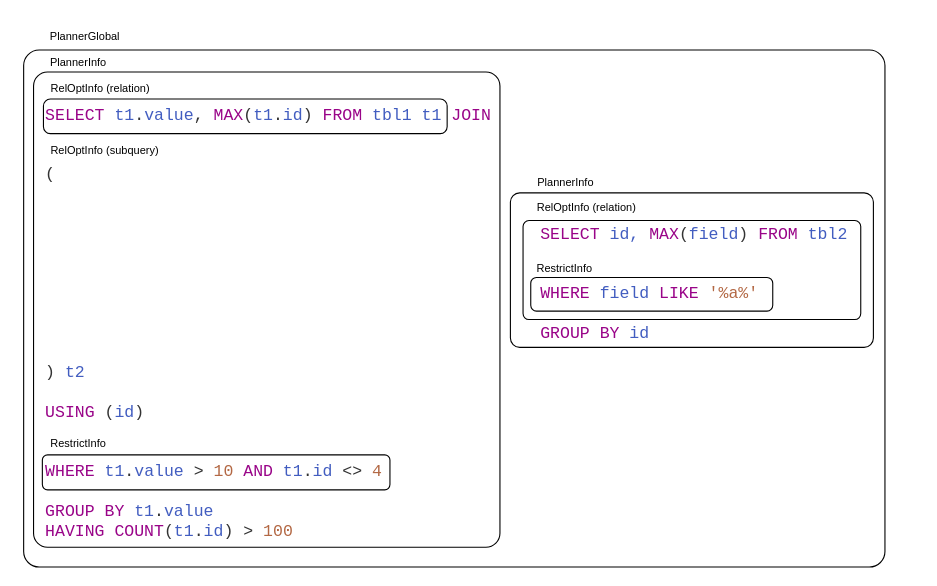
The draw.io diagram PGBootcamp2024/debugging-postgres-planner/img/planner-query-correlation.drawio in ashenBlade/tantor-pg-meetups, before the edit. Source tidied: cells renumbered, new cells numbered last; positions are measured from the earlier drawing's top-left corner, leaving out a move shared by most shapes. Both pictures are drawn from the tidied source at 110%, with x=0, y=0 at pixel (22, 19).
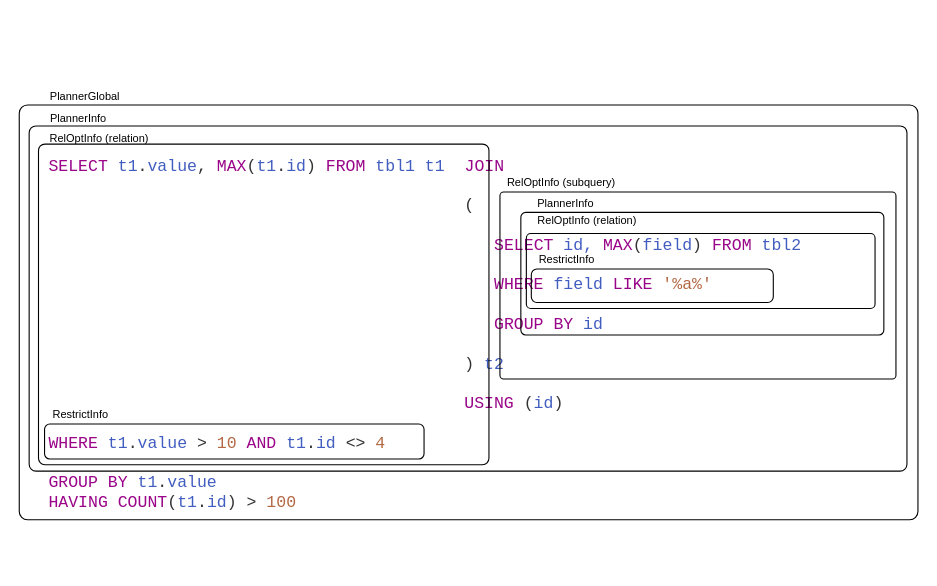
Above is the later version.

Diff of the diagram source:
```diff
@@
 <mxGraphModel>
   <root>
     <mxCell id="0" />
     <mxCell id="1" parent="0" />
+    <mxCell id="14" style="rounded=1;whiteSpace=wrap;html=1;fillColor=none;align=left;verticalAlign=top;arcSize=2;" parent="1" vertex="1">
+      <mxGeometry x="-3" y="78" width="817" height="377" as="geometry" />
+    </mxCell>
-    <mxCell id="2" value="&lt;div style=&quot;font-size: 15px;&quot;&gt;&lt;span style=&quot;background-color: initial; font-size: 15px;&quot;&gt;&lt;font color=&quot;#990488&quot;&gt;SELECT&lt;/font&gt; &lt;font color=&quot;#425dc0&quot;&gt;t1&lt;/font&gt;&lt;font color=&quot;#333333&quot;&gt;.&lt;/font&gt;&lt;font color=&quot;#425dc0&quot;&gt;value&lt;/font&gt;&lt;font color=&quot;#333333&quot;&gt;,&lt;/font&gt;&lt;font color=&quot;#990488&quot;&gt; MAX&lt;/font&gt;&lt;font color=&quot;#333333&quot;&gt;(&lt;/font&gt;&lt;font color=&quot;#425dc0&quot;&gt;t1&lt;/font&gt;&lt;font color=&quot;#333333&quot;&gt;.&lt;/font&gt;&lt;font color=&quot;#425dc0&quot;&gt;id&lt;/font&gt;&lt;font color=&quot;#333333&quot;&gt;)&lt;/font&gt;&lt;font color=&quot;#990488&quot;&gt; FROM&lt;/font&gt; &lt;font color=&quot;#425dc0&quot;&gt;tbl1 t1&lt;/font&gt;&lt;font color=&quot;#990488&quot;&gt;&amp;nbsp;&lt;/font&gt;&lt;/span&gt;&lt;span style=&quot;color: rgb(153, 4, 136); background-color: initial; font-size: 15px;&quot;&gt;JOIN&lt;/span&gt;&lt;/div&gt;&lt;font color=&quot;#333333&quot;&gt;&lt;div&gt;&lt;font color=&quot;#333333&quot;&gt;&lt;br&gt;&lt;/font&gt;&lt;/div&gt;&lt;div&gt;&lt;font color=&quot;#333333&quot;&gt;&lt;br&gt;&lt;/font&gt;&lt;/div&gt;(&lt;/font&gt;&lt;div&gt;&lt;font color=&quot;#990488&quot;&gt;&lt;br&gt;&lt;/font&gt;&lt;div&gt;&lt;font color=&quot;#990488&quot;&gt;&amp;nbsp;&lt;br&gt;&lt;/font&gt;&lt;div&gt;&amp;nbsp;&amp;nbsp;&lt;span style=&quot;color: rgb(153, 4, 136); white-space: pre;&quot;&gt;&#9;&lt;span style=&quot;white-space: pre;&quot;&gt;&#9;&lt;/span&gt;&lt;span style=&quot;white-space: pre;&quot;&gt;&#9;&lt;/span&gt;&lt;span style=&quot;white-space: pre;&quot;&gt;&#9;&lt;/span&gt;&lt;span style=&quot;white-space: pre;&quot;&gt;&#9;&lt;span style=&quot;white-space: pre;&quot;&gt;&#9;&lt;/span&gt; &lt;/span&gt; &lt;/span&gt;&lt;font color=&quot;#990488&quot;&gt;SELECT&lt;/font&gt; &lt;font color=&quot;#425dc0&quot;&gt;id, &lt;/font&gt;&lt;font color=&quot;#990488&quot;&gt;MAX&lt;/font&gt;&lt;font color=&quot;#333333&quot;&gt;(&lt;/font&gt;&lt;font color=&quot;#425dc0&quot;&gt;field&lt;/font&gt;&lt;font color=&quot;#333333&quot;&gt;)&lt;/font&gt;&amp;nbsp;&lt;font color=&quot;#990488&quot;&gt;FROM&lt;/font&gt; &lt;font color=&quot;#425dc0&quot;&gt;tbl2&lt;/font&gt;&amp;nbsp;&lt;/div&gt;&lt;div&gt;&lt;font color=&quot;#990488&quot;&gt;&lt;br&gt;&lt;/font&gt;&lt;/div&gt;&lt;div&gt;&lt;br&gt;&lt;/div&gt;&lt;div&gt;&lt;font color=&quot;#990488&quot;&gt;&lt;span style=&quot;white-space: pre;&quot;&gt;&#9;&lt;span style=&quot;white-space: pre;&quot;&gt;&#9;&lt;/span&gt;&lt;span style=&quot;white-space: pre;&quot;&gt;&#9;&lt;/span&gt;&lt;span style=&quot;white-space: pre;&quot;&gt;&#9;&lt;/span&gt;&lt;span style=&quot;white-space: pre;&quot;&gt;&#9;&lt;/span&gt;&lt;span style=&quot;white-space: pre;&quot;&gt;&#9;&lt;/span&gt; &lt;/span&gt;&amp;nbsp;WHERE&lt;/font&gt;&lt;span style=&quot;background-color: initial;&quot;&gt;&amp;nbsp;&lt;/span&gt;&lt;font style=&quot;background-color: initial;&quot; color=&quot;#425dc0&quot;&gt;field &lt;/font&gt;&lt;font style=&quot;background-color: initial;&quot; color=&quot;#990488&quot;&gt;LIKE&lt;/font&gt;&lt;font style=&quot;background-color: initial;&quot; color=&quot;#425dc0&quot;&gt; &lt;/font&gt;&lt;font style=&quot;background-color: initial;&quot; color=&quot;#b36844&quot;&gt;'%a%'&lt;/font&gt;&lt;/div&gt;&lt;div&gt;&lt;br&gt;&lt;/div&gt;&lt;div&gt;&lt;span style=&quot;color: rgb(66, 93, 192); white-space: pre;&quot;&gt;&#9;&lt;span style=&quot;white-space: pre;&quot;&gt;&#9;&lt;/span&gt;&lt;span style=&quot;white-space: pre;&quot;&gt;&#9;&lt;/span&gt;&lt;span style=&quot;white-space: pre;&quot;&gt;&#9;&lt;/span&gt;&lt;span style=&quot;white-space: pre;&quot;&gt;&#9;&lt;/span&gt;&lt;span style=&quot;white-space: pre;&quot;&gt;&#9;&lt;/span&gt; &lt;/span&gt;&amp;nbsp;&lt;font color=&quot;#990488&quot;&gt;GROUP BY&lt;/font&gt;&lt;font color=&quot;#425dc0&quot;&gt; id&lt;/font&gt;&lt;/div&gt;&lt;div&gt;&lt;font color=&quot;#990488&quot;&gt;&lt;br&gt;&lt;/font&gt;&lt;/div&gt;&lt;div&gt;&lt;font color=&quot;#333333&quot;&gt;)&lt;/font&gt;&lt;font color=&quot;#990488&quot;&gt; &lt;/font&gt;&lt;font color=&quot;#425dc0&quot;&gt;t2&lt;/font&gt;&lt;/div&gt;&lt;div&gt;&lt;div&gt;&lt;font color=&quot;#990488&quot;&gt;&lt;br&gt;&lt;/font&gt;&lt;/div&gt;&lt;div&gt;&lt;font color=&quot;#990488&quot;&gt;USING &lt;/font&gt;&lt;font color=&quot;#333333&quot;&gt;(&lt;/font&gt;&lt;font color=&quot;#425dc0&quot;&gt;id&lt;/font&gt;&lt;font color=&quot;#333333&quot;&gt;)&lt;/font&gt;&lt;/div&gt;&lt;div&gt;&lt;font color=&quot;#990488&quot;&gt;&lt;br&gt;&lt;/font&gt;&lt;/div&gt;&lt;div&gt;&lt;font color=&quot;#990488&quot;&gt;&lt;br&gt;&lt;/font&gt;&lt;/div&gt;&lt;div&gt;&lt;font color=&quot;#990488&quot;&gt;WHERE &lt;/font&gt;&lt;font color=&quot;#425dc0&quot;&gt;t1&lt;/font&gt;&lt;font color=&quot;#333333&quot;&gt;.&lt;/font&gt;&lt;font color=&quot;#425dc0&quot;&gt;value&lt;/font&gt;&lt;font color=&quot;#990488&quot;&gt; &lt;/font&gt;&lt;font color=&quot;#333333&quot;&gt;&amp;gt;&lt;/font&gt;&lt;font color=&quot;#990488&quot;&gt; &lt;/font&gt;&lt;font color=&quot;#b36844&quot;&gt;10 &lt;/font&gt;&lt;font color=&quot;#990488&quot;&gt;AND&lt;/font&gt;&lt;font color=&quot;#b36844&quot;&gt; &lt;/font&gt;&lt;font color=&quot;#425dc0&quot;&gt;t1&lt;/font&gt;&lt;font color=&quot;#333333&quot;&gt;.&lt;/font&gt;&lt;font color=&quot;#425dc0&quot;&gt;id&lt;/font&gt;&lt;font color=&quot;#b36844&quot;&gt; &lt;/font&gt;&lt;font color=&quot;#333333&quot;&gt;&amp;lt;&amp;gt;&lt;/font&gt;&lt;font color=&quot;#b36844&quot;&gt; 4&lt;/font&gt;&lt;/div&gt;&lt;div&gt;&lt;font color=&quot;#990488&quot;&gt;&lt;br style=&quot;font-size: 15px;&quot;&gt;GROUP BY &lt;/font&gt;&lt;font color=&quot;#425dc0&quot;&gt;t1&lt;/font&gt;&lt;font color=&quot;#333333&quot;&gt;.&lt;/font&gt;&lt;font color=&quot;#425dc0&quot;&gt;value&lt;/font&gt;&lt;/div&gt;&lt;div&gt;&lt;font color=&quot;#990488&quot;&gt;HAVING COUNT&lt;/font&gt;&lt;font color=&quot;#333333&quot;&gt;(&lt;/font&gt;&lt;font color=&quot;#425dc0&quot;&gt;t1&lt;/font&gt;&lt;font color=&quot;#333333&quot;&gt;.&lt;/font&gt;&lt;font color=&quot;#425dc0&quot;&gt;id&lt;/font&gt;&lt;font color=&quot;#333333&quot;&gt;)&lt;/font&gt;&lt;font color=&quot;#990488&quot;&gt; &lt;/font&gt;&lt;font color=&quot;#333333&quot;&gt;&amp;gt;&lt;/font&gt;&lt;font color=&quot;#990488&quot;&gt; &lt;/font&gt;&lt;font color=&quot;#b36844&quot;&gt;100&lt;/font&gt;&lt;/div&gt;&lt;/div&gt;&lt;/div&gt;&lt;/div&gt;" style="text;html=1;align=left;verticalAlign=middle;whiteSpace=wrap;rounded=0;fontFamily=Courier New;shadow=0;horizontal=1;spacing=2;fontSize=15;" parent="1" vertex="1">
-      <mxGeometry x="19" y="77" width="755" height="400" as="geometry" />
+    <mxCell id="2" value="&lt;div style=&quot;font-size: 15px;&quot;&gt;&lt;span style=&quot;background-color: initial; font-size: 15px;&quot;&gt;&lt;font color=&quot;#990488&quot;&gt;SELECT&lt;/font&gt; &lt;font color=&quot;#425dc0&quot;&gt;t1&lt;/font&gt;&lt;font color=&quot;#333333&quot;&gt;.&lt;/font&gt;&lt;font color=&quot;#425dc0&quot;&gt;value&lt;/font&gt;&lt;font color=&quot;#333333&quot;&gt;,&lt;/font&gt;&lt;font color=&quot;#990488&quot;&gt; MAX&lt;/font&gt;&lt;font color=&quot;#333333&quot;&gt;(&lt;/font&gt;&lt;font color=&quot;#425dc0&quot;&gt;t1&lt;/font&gt;&lt;font color=&quot;#333333&quot;&gt;.&lt;/font&gt;&lt;font color=&quot;#425dc0&quot;&gt;id&lt;/font&gt;&lt;font color=&quot;#333333&quot;&gt;)&lt;/font&gt;&lt;font color=&quot;#990488&quot;&gt; FROM&lt;/font&gt; &lt;font color=&quot;#425dc0&quot;&gt;tbl1 t1&lt;/font&gt;&lt;font color=&quot;#990488&quot;&gt;&amp;nbsp; &lt;/font&gt;&lt;/span&gt;&lt;span style=&quot;color: rgb(153, 4, 136); background-color: initial; font-size: 15px;&quot;&gt;JOIN&lt;/span&gt;&lt;/div&gt;&lt;font color=&quot;#333333&quot;&gt;&lt;div&gt;&lt;font color=&quot;#333333&quot;&gt;&lt;br&gt;&lt;/font&gt;&lt;/div&gt;&amp;nbsp; &amp;nbsp; &amp;nbsp; &amp;nbsp; &amp;nbsp; &amp;nbsp; &amp;nbsp; &amp;nbsp; &amp;nbsp; &amp;nbsp; &amp;nbsp; &amp;nbsp; &amp;nbsp; &amp;nbsp; &amp;nbsp; &amp;nbsp; &amp;nbsp; &amp;nbsp; &amp;nbsp; &amp;nbsp; &amp;nbsp; (&lt;/font&gt;&lt;div&gt;&lt;div&gt;&lt;font color=&quot;#990488&quot;&gt;&amp;nbsp;&lt;br&gt;&lt;/font&gt;&lt;div&gt;&amp;nbsp;&amp;nbsp;&lt;span style=&quot;color: rgb(153, 4, 136); white-space: pre;&quot;&gt;&#9;&lt;span style=&quot;white-space: pre;&quot;&gt;&#9;&lt;/span&gt;&lt;span style=&quot;white-space: pre;&quot;&gt;&#9;&lt;/span&gt;&lt;span style=&quot;white-space: pre;&quot;&gt;&#9;&lt;/span&gt;&lt;span style=&quot;white-space: pre;&quot;&gt;&#9;  &lt;/span&gt; &lt;/span&gt;&amp;nbsp;&amp;nbsp;&lt;font color=&quot;#990488&quot;&gt;SELECT&lt;/font&gt; &lt;font color=&quot;#425dc0&quot;&gt;id, &lt;/font&gt;&lt;font color=&quot;#990488&quot;&gt;MAX&lt;/font&gt;&lt;font color=&quot;#333333&quot;&gt;(&lt;/font&gt;&lt;font color=&quot;#425dc0&quot;&gt;field&lt;/font&gt;&lt;font color=&quot;#333333&quot;&gt;)&lt;/font&gt;&amp;nbsp;&lt;font color=&quot;#990488&quot;&gt;FROM&lt;/font&gt; &lt;font color=&quot;#425dc0&quot;&gt;tbl2&lt;/font&gt;&lt;/div&gt;&lt;div&gt;&lt;br&gt;&lt;/div&gt;&lt;div&gt;&lt;font color=&quot;#990488&quot;&gt;&lt;span style=&quot;white-space: pre;&quot;&gt;&#9;&lt;span style=&quot;white-space: pre;&quot;&gt;&#9;&lt;/span&gt;&lt;span style=&quot;white-space: pre;&quot;&gt;&#9;&lt;/span&gt;&lt;span style=&quot;white-space: pre;&quot;&gt;&#9;&lt;/span&gt;&lt;span style=&quot;white-space: pre;&quot;&gt;&#9;&lt;/span&gt;   &lt;/span&gt;&amp;nbsp; WHERE&lt;/font&gt;&lt;span style=&quot;background-color: initial;&quot;&gt;&amp;nbsp;&lt;/span&gt;&lt;font color=&quot;#425dc0&quot; style=&quot;background-color: initial;&quot;&gt;field &lt;/font&gt;&lt;font color=&quot;#990488&quot; style=&quot;background-color: initial;&quot;&gt;LIKE&lt;/font&gt;&lt;font color=&quot;#425dc0&quot; style=&quot;background-color: initial;&quot;&gt; &lt;/font&gt;&lt;font color=&quot;#b36844&quot; style=&quot;background-color: initial;&quot;&gt;'%a%'&lt;/font&gt;&lt;/div&gt;&lt;div&gt;&lt;br&gt;&lt;/div&gt;&lt;div&gt;&amp;nbsp; &amp;nbsp; &amp;nbsp; &amp;nbsp; &amp;nbsp; &amp;nbsp; &amp;nbsp; &amp;nbsp; &amp;nbsp; &amp;nbsp; &amp;nbsp; &amp;nbsp; &amp;nbsp; &amp;nbsp; &amp;nbsp; &amp;nbsp; &amp;nbsp; &amp;nbsp; &amp;nbsp; &amp;nbsp; &amp;nbsp; &amp;nbsp; &amp;nbsp;&lt;font color=&quot;#990488&quot;&gt;GROUP BY&lt;/font&gt;&lt;font color=&quot;#425dc0&quot;&gt; id&lt;/font&gt;&lt;/div&gt;&lt;div&gt;&lt;font color=&quot;#990488&quot;&gt;&amp;nbsp;&lt;/font&gt;&lt;/div&gt;&lt;div&gt;&lt;font color=&quot;#333333&quot;&gt;&amp;nbsp; &amp;nbsp; &amp;nbsp; &amp;nbsp; &amp;nbsp; &amp;nbsp; &amp;nbsp; &amp;nbsp; &amp;nbsp; &amp;nbsp; &amp;nbsp; &amp;nbsp; &amp;nbsp; &amp;nbsp; &amp;nbsp; &amp;nbsp; &amp;nbsp; &amp;nbsp; &amp;nbsp; &amp;nbsp; &amp;nbsp; )&lt;/font&gt;&lt;font color=&quot;#990488&quot;&gt; &lt;/font&gt;&lt;font color=&quot;#425dc0&quot;&gt;t2&lt;/font&gt;&lt;/div&gt;&lt;div&gt;&lt;div&gt;&lt;font color=&quot;#990488&quot;&gt;&lt;br&gt;&lt;/font&gt;&lt;/div&gt;&lt;div&gt;&lt;font color=&quot;#990488&quot;&gt;&amp;nbsp; &amp;nbsp; &amp;nbsp; &amp;nbsp; &amp;nbsp; &amp;nbsp; &amp;nbsp; &amp;nbsp; &amp;nbsp; &amp;nbsp; &amp;nbsp; &amp;nbsp; &amp;nbsp; &amp;nbsp; &amp;nbsp; &amp;nbsp; &amp;nbsp; &amp;nbsp; &amp;nbsp; &amp;nbsp; &amp;nbsp; USING &lt;/font&gt;&lt;font color=&quot;#333333&quot;&gt;(&lt;/font&gt;&lt;font color=&quot;#425dc0&quot;&gt;id&lt;/font&gt;&lt;font color=&quot;#333333&quot;&gt;)&lt;/font&gt;&lt;/div&gt;&lt;div&gt;&lt;font color=&quot;#990488&quot;&gt;&lt;br&gt;&lt;/font&gt;&lt;/div&gt;&lt;div&gt;&lt;font color=&quot;#990488&quot;&gt;WHERE &lt;/font&gt;&lt;font color=&quot;#425dc0&quot;&gt;t1&lt;/font&gt;&lt;font color=&quot;#333333&quot;&gt;.&lt;/font&gt;&lt;font color=&quot;#425dc0&quot;&gt;value&lt;/font&gt;&lt;font color=&quot;#990488&quot;&gt; &lt;/font&gt;&lt;font color=&quot;#333333&quot;&gt;&amp;gt;&lt;/font&gt;&lt;font color=&quot;#990488&quot;&gt; &lt;/font&gt;&lt;font color=&quot;#b36844&quot;&gt;10 &lt;/font&gt;&lt;font color=&quot;#990488&quot;&gt;AND&lt;/font&gt;&lt;font color=&quot;#b36844&quot;&gt; &lt;/font&gt;&lt;font color=&quot;#425dc0&quot;&gt;t1&lt;/font&gt;&lt;font color=&quot;#333333&quot;&gt;.&lt;/font&gt;&lt;font color=&quot;#425dc0&quot;&gt;id&lt;/font&gt;&lt;font color=&quot;#b36844&quot;&gt; &lt;/font&gt;&lt;font color=&quot;#333333&quot;&gt;&amp;lt;&amp;gt;&lt;/font&gt;&lt;font color=&quot;#b36844&quot;&gt; 4&lt;/font&gt;&lt;/div&gt;&lt;div&gt;&lt;font color=&quot;#990488&quot;&gt;&lt;br style=&quot;font-size: 15px;&quot;&gt;GROUP BY &lt;/font&gt;&lt;font color=&quot;#425dc0&quot;&gt;t1&lt;/font&gt;&lt;font color=&quot;#333333&quot;&gt;.&lt;/font&gt;&lt;font color=&quot;#425dc0&quot;&gt;value&lt;/font&gt;&lt;/div&gt;&lt;div&gt;&lt;font color=&quot;#990488&quot;&gt;HAVING COUNT&lt;/font&gt;&lt;font color=&quot;#333333&quot;&gt;(&lt;/font&gt;&lt;font color=&quot;#425dc0&quot;&gt;t1&lt;/font&gt;&lt;font color=&quot;#333333&quot;&gt;.&lt;/font&gt;&lt;font color=&quot;#425dc0&quot;&gt;id&lt;/font&gt;&lt;font color=&quot;#333333&quot;&gt;)&lt;/font&gt;&lt;font color=&quot;#990488&quot;&gt; &lt;/font&gt;&lt;font color=&quot;#333333&quot;&gt;&amp;gt;&lt;/font&gt;&lt;font color=&quot;#990488&quot;&gt; &lt;/font&gt;&lt;font color=&quot;#b36844&quot;&gt;100&lt;/font&gt;&lt;/div&gt;&lt;/div&gt;&lt;/div&gt;&lt;/div&gt;" style="text;html=1;align=left;verticalAlign=middle;whiteSpace=wrap;rounded=0;fontFamily=Courier New;shadow=0;horizontal=1;spacing=2;fontSize=15;" parent="1" vertex="1">
+      <mxGeometry x="22" y="118" width="792" height="337" as="geometry" />
     </mxCell>
     <mxCell id="3" style="rounded=1;whiteSpace=wrap;html=1;fillColor=none;align=left;verticalAlign=top;arcSize=17;" parent="1" vertex="1">
-      <mxGeometry x="462" y="234.8" width="220" height="30.5" as="geometry" />
+      <mxGeometry x="462.5" y="227" width="220" height="30.5" as="geometry" />
     </mxCell>
     <mxCell id="4" value="RestrictInfo" style="text;html=1;align=center;verticalAlign=middle;whiteSpace=wrap;rounded=0;fontSize=10;" parent="1" vertex="1">
-      <mxGeometry x="442" y="211.2" width="102" height="30" as="geometry" />
+      <mxGeometry x="444" y="203.2" width="102" height="30" as="geometry" />
     </mxCell>
-    <mxCell id="5" style="rounded=1;whiteSpace=wrap;html=1;fillColor=none;align=left;verticalAlign=top;arcSize=3;" parent="1" vertex="1">
-      <mxGeometry x="10" y="48" width="424" height="432" as="geometry" />
+    <mxCell id="5" style="rounded=1;whiteSpace=wrap;html=1;fillColor=none;align=left;verticalAlign=top;arcSize=2;" parent="1" vertex="1">
+      <mxGeometry x="434" y="157" width="360" height="170" as="geometry" />
     </mxCell>
+    <mxCell id="18" style="rounded=1;whiteSpace=wrap;html=1;fillColor=none;align=left;verticalAlign=top;arcSize=2;" parent="1" vertex="1">
+      <mxGeometry x="6" y="97" width="798" height="313.8" as="geometry" />
+    </mxCell>
     <mxCell id="6" style="rounded=1;whiteSpace=wrap;html=1;fillColor=none;align=left;verticalAlign=top;arcSize=6;" parent="1" vertex="1">
-      <mxGeometry x="455" y="183" width="307" height="90" as="geometry" />
+      <mxGeometry x="458" y="194.8" width="317" height="68.2" as="geometry" />
     </mxCell>
     <mxCell id="7" value="RelOptInfo (relation)" style="text;html=1;align=center;verticalAlign=middle;whiteSpace=wrap;rounded=0;fontSize=10;" parent="1" vertex="1">
-      <mxGeometry x="462" y="156" width="102" height="30" as="geometry" />
+      <mxGeometry x="464" y="167.8" width="99" height="30" as="geometry" />
     </mxCell>
-    <mxCell id="8" style="rounded=1;whiteSpace=wrap;html=1;fillColor=none;align=left;verticalAlign=top;arcSize=6;" parent="1" vertex="1">
-      <mxGeometry x="443.5" y="157.8" width="330" height="140.5" as="geometry" />
+    <mxCell id="8" style="rounded=1;whiteSpace=wrap;html=1;fillColor=none;align=left;verticalAlign=top;arcSize=4;" parent="1" vertex="1">
+      <mxGeometry x="453" y="175.6" width="330" height="111.4" as="geometry" />
     </mxCell>
     <mxCell id="9" value="PlannerInfo" style="text;html=1;align=center;verticalAlign=middle;whiteSpace=wrap;rounded=0;fontSize=10;" parent="1" vertex="1">
-      <mxGeometry x="442.5" y="132.8" width="102" height="30" as="geometry" />
+      <mxGeometry x="443" y="152" width="102" height="30" as="geometry" />
     </mxCell>
     <mxCell id="10" value="RelOptInfo (subquery)" style="text;html=1;align=center;verticalAlign=middle;whiteSpace=wrap;rounded=0;fontSize=10;" parent="1" vertex="1">
-      <mxGeometry x="24" y="104" width="102" height="30" as="geometry" />
+      <mxGeometry x="438.5" y="133" width="102" height="30" as="geometry" />
     </mxCell>
-    <mxCell id="11" style="rounded=1;whiteSpace=wrap;html=1;fillColor=none;align=left;verticalAlign=top;arcSize=20;" parent="1" vertex="1">
-      <mxGeometry x="19" y="72.5" width="367" height="31.5" as="geometry" />
+    <mxCell id="11" style="rounded=1;whiteSpace=wrap;html=1;fillColor=none;align=left;verticalAlign=top;arcSize=2;" parent="1" vertex="1">
+      <mxGeometry x="14.5" y="113.5" width="409.5" height="291.5" as="geometry" />
     </mxCell>
     <mxCell id="12" value="RelOptInfo (relation)" style="text;html=1;align=center;verticalAlign=middle;whiteSpace=wrap;rounded=0;fontSize=10;" parent="1" vertex="1">
-      <mxGeometry x="20" y="47.5" width="102" height="30" as="geometry" />
+      <mxGeometry x="18.5" y="93" width="102" height="30" as="geometry" />
     </mxCell>
     <mxCell id="13" value="PlannerInfo" style="text;html=1;align=center;verticalAlign=middle;whiteSpace=wrap;rounded=0;fontSize=10;" parent="1" vertex="1">
-      <mxGeometry y="24" width="102" height="30" as="geometry" />
+      <mxGeometry y="75" width="102" height="30" as="geometry" />
     </mxCell>
-    <mxCell id="14" style="rounded=1;whiteSpace=wrap;html=1;fillColor=none;align=left;verticalAlign=top;arcSize=3;" parent="1" vertex="1">
-      <mxGeometry x="1" y="28" width="783" height="470" as="geometry" />
-    </mxCell>
     <mxCell id="15" value="PlannerGlobal" style="text;html=1;align=center;verticalAlign=middle;whiteSpace=wrap;rounded=0;fontSize=10;" parent="1" vertex="1">
-      <mxGeometry x="6" width="102" height="30" as="geometry" />
+      <mxGeometry x="6" y="55" width="102" height="30" as="geometry" />
     </mxCell>
     <mxCell id="16" style="rounded=1;whiteSpace=wrap;html=1;fillColor=none;align=left;verticalAlign=top;arcSize=15;" parent="1" vertex="1">
-      <mxGeometry x="18" y="396" width="316" height="31.8" as="geometry" />
+      <mxGeometry x="20" y="368" width="345" height="31.8" as="geometry" />
     </mxCell>
     <mxCell id="17" value="RestrictInfo" style="text;html=1;align=center;verticalAlign=middle;whiteSpace=wrap;rounded=0;fontSize=10;" parent="1" vertex="1">
-      <mxGeometry y="370" width="102" height="30" as="geometry" />
+      <mxGeometry x="2" y="344" width="102" height="30" as="geometry" />
     </mxCell>
   </root>
 </mxGraphModel>
```
